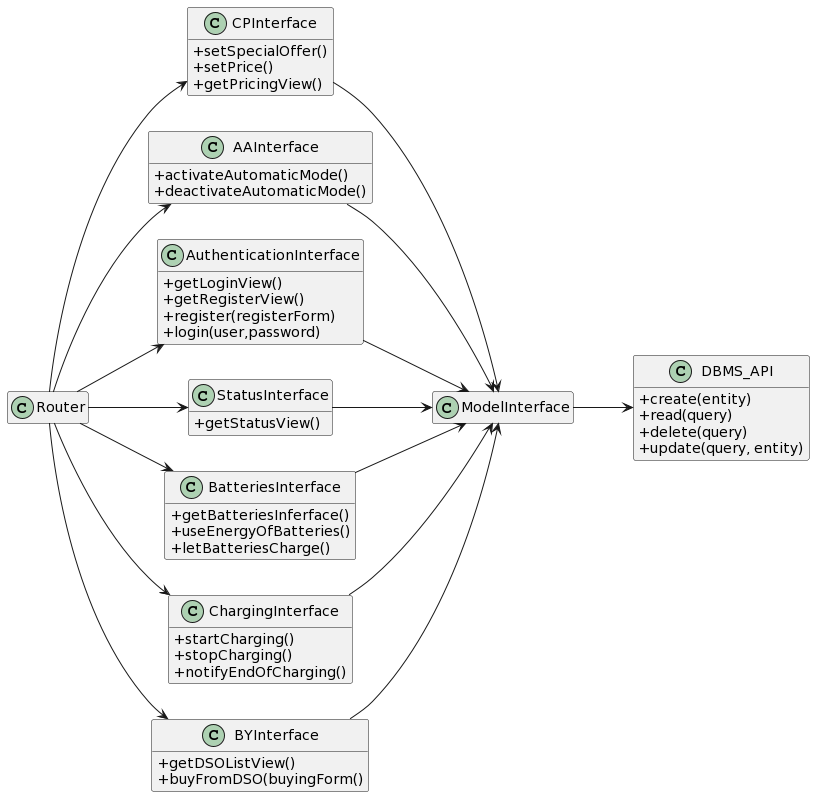
febagni/AzankBagniWolff keeps this PlantUML diagram as DD/ComponentInterface_CPMS.png. Above is the earlier version.
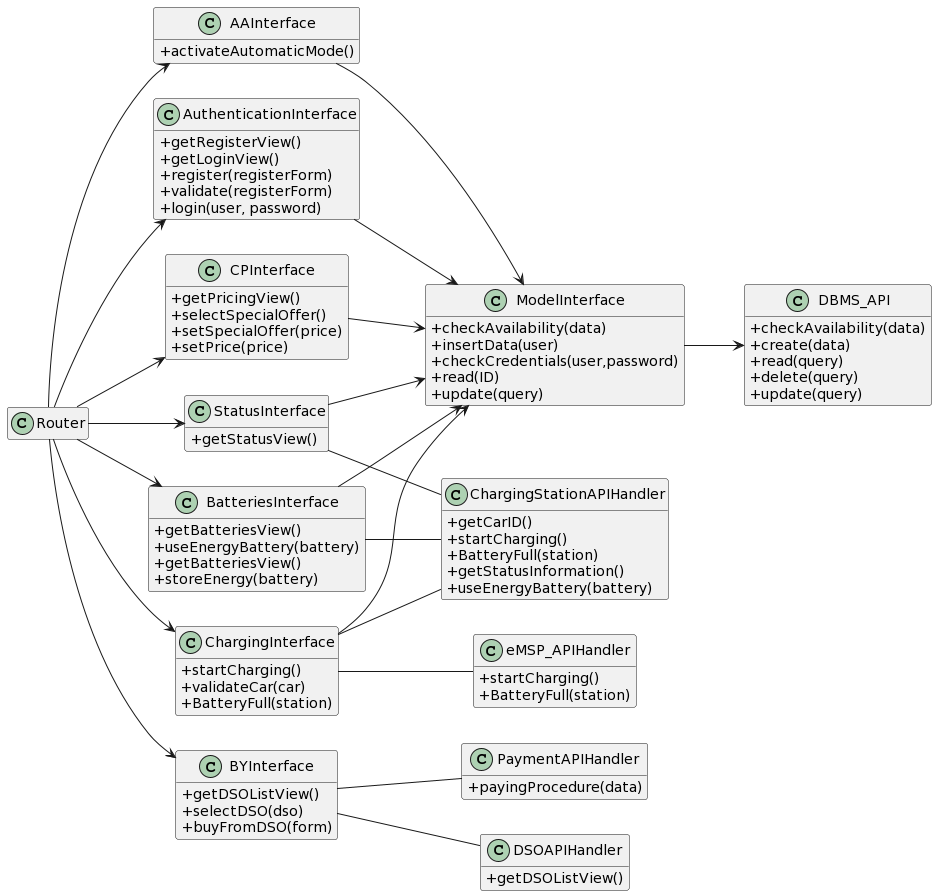
Later version of the same file.

The edit, as a diff of the source:
```diff
@@ -18,49 +18,96 @@
 StatusInterface--> ModelInterface
 BatteriesInterface--> ModelInterface
 ChargingInterface--> ModelInterface
-BYInterface--> ModelInterface
+
+
+together {
+class "PaymentAPIHandler"
+class "eMSP_APIHandler"
+class "DSOAPIHandler"
+class "ChargingStationAPIHandler"
+}
+
+BYInterface-- "DSOAPIHandler"
+BYInterface -- "PaymentAPIHandler"
+StatusInterface -- "ChargingStationAPIHandler"
+BatteriesInterface -- "ChargingStationAPIHandler"
+ChargingInterface -- "ChargingStationAPIHandler"
+ChargingInterface -- "eMSP_APIHandler"
+
+
+class PaymentAPIHandler {
++payingProcedure(data)
+}
+
+class eMSP_APIHandler {
+ +startCharging()
++BatteryFull(station)
+}
+
+class DSOAPIHandler {
++getDSOListView()
+}
+
+class ChargingStationAPIHandler {
++getCarID()
++startCharging()
++BatteryFull(station)
++getStatusInformation()
++useEnergyBattery(battery)
+}
+
 
 class CPInterface{
-  +setSpecialOffer()
-  +setPrice()
-  +getPricingView()
++getPricingView()
++selectSpecialOffer()
++setSpecialOffer(price)
++setPrice(price)
 }
 class AAInterface{
-  +activateAutomaticMode()
-  +deactivateAutomaticMode()
++activateAutomaticMode()
 }
 class AuthenticationInterface{
-  +getLoginView()
-  +getRegisterView()
-  +register(registerForm)
-  +login(user,password)
+ +getRegisterView()
+ +getLoginView()
+ +register(registerForm)
+ +validate(registerForm)
+ +login(user, password)
 }
 
 class StatusInterface{
-   +getStatusView()
++getStatusView()
 }
 class BatteriesInterface{
-   +getBatteriesInferface()
-   +useEnergyOfBatteries()
-   +letBatteriesCharge()
++getBatteriesView()
++useEnergyBattery(battery)
++getBatteriesView()
++storeEnergy(battery)
 }
 class ChargingInterface {
-  +startCharging()
-  +stopCharging()
-  +notifyEndOfCharging()
++startCharging()
++validateCar(car)
++BatteryFull(station)
 }
 
 class BYInterface{
-  +getDSOListView()
-  +buyFromDSO(buyingForm()
++getDSOListView()
++selectDSO(dso)
++buyFromDSO(form)
 }
 
-class ModelInterface{}
+class ModelInterface{
+ +checkAvailability(data)
+ +insertData(user)
+ +checkCredentials(user,password)
+ +read(ID)
++update(query)
+}
 class DBMS_API{
-  +create(entity)
+  +checkAvailability(data)
+  +create(data)
   +read(query)
   +delete(query)
-  +update(query, entity)
+  +update(query)
 }
 
 ModelInterface --> DBMS_API
```
